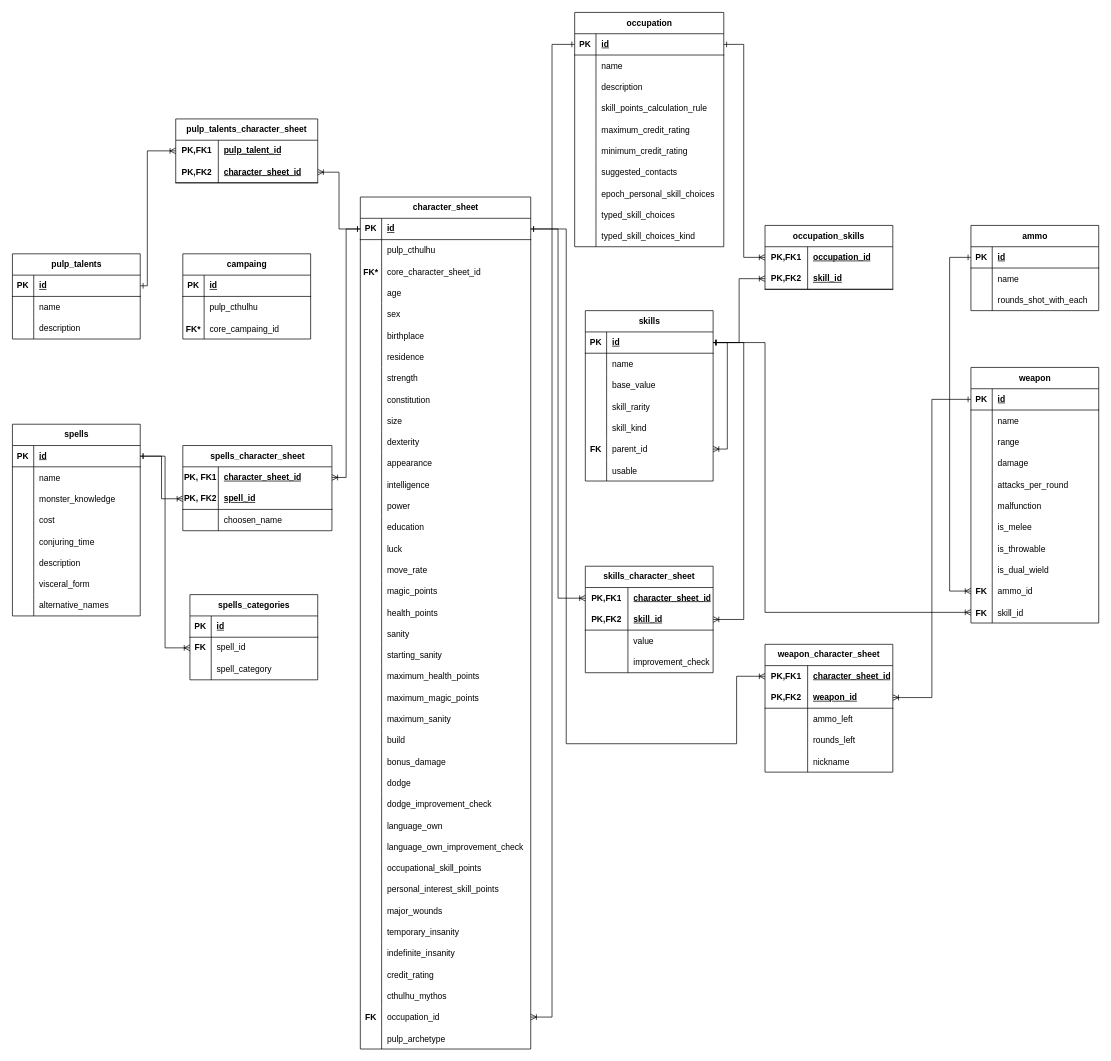
Earlier version of the draw.io diagram page "QuestMaster - Call of Cthulhu" (2 of 4) of databasemodel.drawio (hannaBanannaOF/hbsites-architecture). Source tidied: cells renumbered, new cells numbered last; positions are measured from the earlier drawing's top-left corner, leaving out a move shared by most shapes. Both pictures are drawn from the tidied source at 71%, with x=0, y=0 at pixel (12, 12).
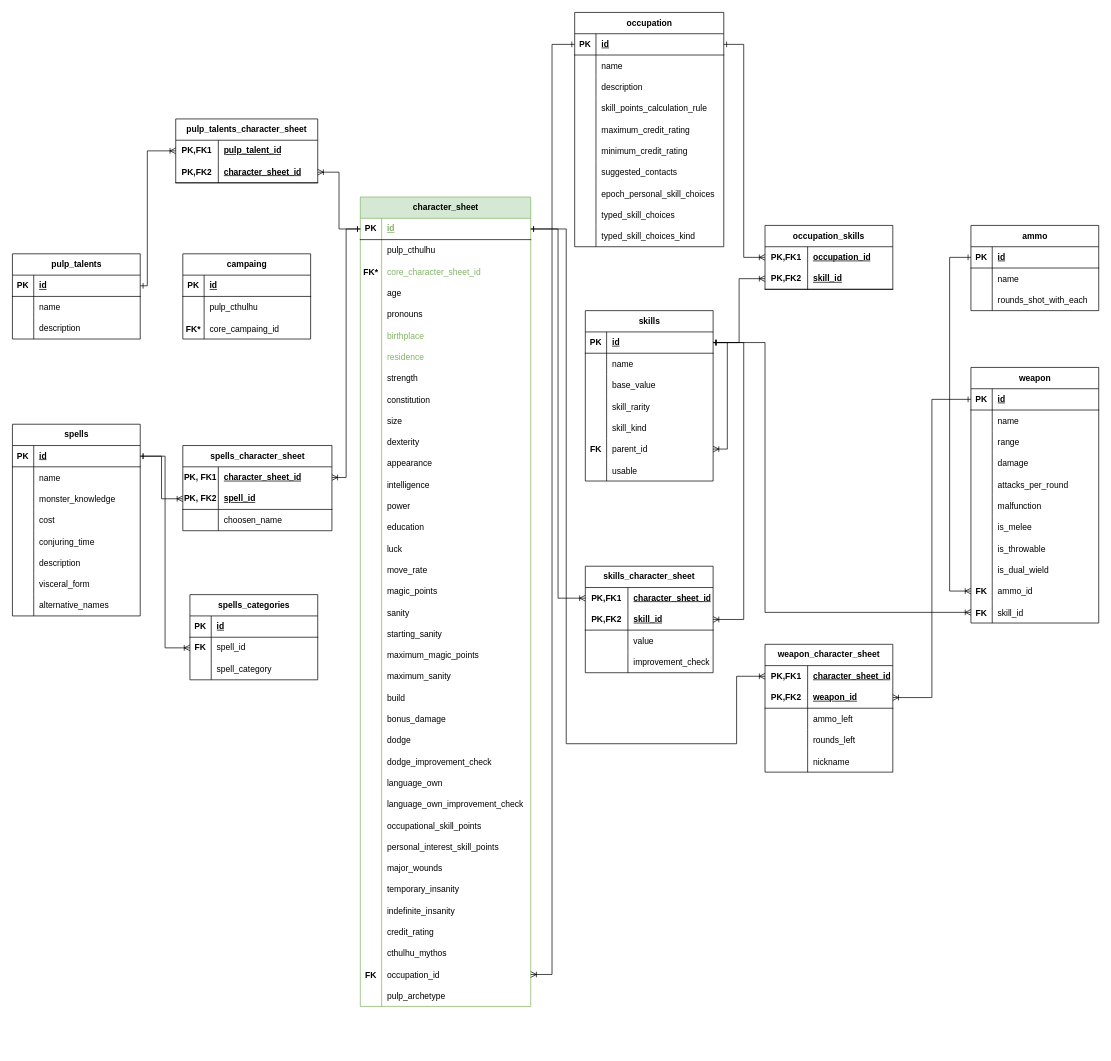
After the change.

The change refers to these unchanged cells:
```xml
<mxCell id="45" style="shape=tableRow;horizontal=0;startSize=0;swimlaneHead=0;swimlaneBody=0;fillColor=none;points=[[0,0.5],[1,0.5]];portConstraint=eastwest;top=0;left=0;right=0;bottom=1;" parent="44" vertex="1">
  <mxGeometry y="30" width="240" height="30" as="geometry" />
</mxCell>
<mxCell id="51" style="shape=tableRow;horizontal=0;startSize=0;swimlaneHead=0;swimlaneBody=0;fillColor=none;top=0;left=0;right=0;bottom=0;" parent="44" vertex="1">
  <mxGeometry y="90" width="240" height="30" as="geometry" />
</mxCell>
<mxCell id="57" style="shape=tableRow;horizontal=0;startSize=0;swimlaneHead=0;swimlaneBody=0;fillColor=none;top=0;left=0;right=0;bottom=0;" parent="44" vertex="1">
  <mxGeometry y="150" width="240" height="30" as="geometry" />
</mxCell>
<mxCell id="60" style="shape=tableRow;horizontal=0;startSize=0;swimlaneHead=0;swimlaneBody=0;fillColor=none;top=0;left=0;right=0;bottom=0;" parent="44" vertex="1">
  <mxGeometry y="180" width="240" height="30" as="geometry" />
</mxCell>
<mxCell id="63" style="shape=tableRow;horizontal=0;startSize=0;swimlaneHead=0;swimlaneBody=0;fillColor=none;top=0;left=0;right=0;bottom=0;" parent="44" vertex="1">
  <mxGeometry y="210" width="240" height="30" as="geometry" />
</mxCell>
<mxCell id="163" style="shape=tableRow;horizontal=0;startSize=0;swimlaneHead=0;swimlaneBody=0;fillColor=none;points=[[0,0.5],[1,0.5]];portConstraint=eastwest;top=0;left=0;right=0;bottom=1;" parent="162" vertex="1">
  <mxGeometry y="30" width="210" height="30" as="geometry" />
</mxCell>
```

Diff of the diagram source:
```diff
@@
-    <mxCell id="44" value="character_sheet" style="shape=table;startSize=30;childLayout=tableLayout;rowLines=0;fontStyle=1;align=center;html=1;" parent="1" vertex="1">
-      <mxGeometry x="490" y="260" width="240" height="1200" as="geometry" />
+    <mxCell id="44" value="character_sheet" style="shape=table;startSize=30;childLayout=tableLayout;rowLines=0;fontStyle=1;align=center;html=1;fillColor=#d5e8d4;strokeColor=#82b366;" parent="1" vertex="1">
+      <mxGeometry x="490" y="260" width="240" height="1140" as="geometry" />
     </mxCell>
@@
-    <mxCell id="47" value="id" style="shape=partialRectangle;fillColor=none;top=0;left=0;bottom=0;right=0;align=left;spacingLeft=6;fontStyle=5;overflow=hidden;whiteSpace=wrap;html=1;" parent="45" vertex="1">
+    <mxCell id="47" value="id" style="shape=partialRectangle;fillColor=none;top=0;left=0;bottom=0;right=0;align=left;spacingLeft=6;fontStyle=5;overflow=hidden;whiteSpace=wrap;html=1;fontColor=#82B366;" parent="45" vertex="1">
       <mxGeometry x="30" width="210" height="30" as="geometry" />
     </mxCell>
@@
-    <mxCell id="53" value="core_character_sheet_id" style="shape=partialRectangle;fillColor=none;top=0;left=0;bottom=0;right=0;align=left;spacingLeft=6;overflow=hidden;" parent="51" vertex="1">
+    <mxCell id="53" value="core_character_sheet_id" style="shape=partialRectangle;fillColor=none;top=0;left=0;bottom=0;right=0;align=left;spacingLeft=6;overflow=hidden;fontColor=#82B366;" parent="51" vertex="1">
       <mxGeometry x="30" width="210" height="30" as="geometry" />
     </mxCell>
@@
-    <mxCell id="59" value="sex" style="shape=partialRectangle;fillColor=none;top=0;left=0;bottom=0;right=0;align=left;spacingLeft=6;overflow=hidden;" parent="57" vertex="1">
+    <mxCell id="59" value="pronouns" style="shape=partialRectangle;fillColor=none;top=0;left=0;bottom=0;right=0;align=left;spacingLeft=6;overflow=hidden;" parent="57" vertex="1">
       <mxGeometry x="30" width="210" height="30" as="geometry" />
     </mxCell>
@@
-    <mxCell id="62" value="birthplace" style="shape=partialRectangle;fillColor=none;top=0;left=0;bottom=0;right=0;align=left;spacingLeft=6;overflow=hidden;" parent="60" vertex="1">
+    <mxCell id="62" value="birthplace" style="shape=partialRectangle;fillColor=none;top=0;left=0;bottom=0;right=0;align=left;spacingLeft=6;overflow=hidden;fontColor=#82B366;" parent="60" vertex="1">
       <mxGeometry x="30" width="210" height="30" as="geometry" />
     </mxCell>
@@
-    <mxCell id="65" value="residence" style="shape=partialRectangle;fillColor=none;top=0;left=0;bottom=0;right=0;align=left;spacingLeft=6;overflow=hidden;" parent="63" vertex="1">
+    <mxCell id="65" value="residence" style="shape=partialRectangle;fillColor=none;top=0;left=0;bottom=0;right=0;align=left;spacingLeft=6;overflow=hidden;fontColor=#82B366;" parent="63" vertex="1">
       <mxGeometry x="30" width="210" height="30" as="geometry" />
     </mxCell>
@@
-    <mxCell id="99" style="shape=tableRow;horizontal=0;startSize=0;swimlaneHead=0;swimlaneBody=0;fillColor=none;top=0;left=0;right=0;bottom=0;" parent="44" vertex="1">
-      <mxGeometry y="570" width="240" height="30" as="geometry" />
-    </mxCell>
-    <mxCell id="100" style="shape=partialRectangle;fillColor=none;top=0;left=0;bottom=0;right=0;overflow=hidden;" parent="99" vertex="1">
-      <mxGeometry width="30" height="30" as="geometry" />
-    </mxCell>
-    <mxCell id="101" value="health_points" style="shape=partialRectangle;fillColor=none;top=0;left=0;bottom=0;right=0;align=left;spacingLeft=6;overflow=hidden;" parent="99" vertex="1">
-      <mxGeometry x="30" width="210" height="30" as="geometry" />
-    </mxCell>
     <mxCell id="102" style="shape=tableRow;horizontal=0;startSize=0;swimlaneHead=0;swimlaneBody=0;fillColor=none;top=0;left=0;right=0;bottom=0;" parent="44" vertex="1">
-      <mxGeometry y="600" width="240" height="30" as="geometry" />
+      <mxGeometry y="570" width="240" height="30" as="geometry" />
     </mxCell>
@@
     <mxCell id="105" style="shape=tableRow;horizontal=0;startSize=0;swimlaneHead=0;swimlaneBody=0;fillColor=none;top=0;left=0;right=0;bottom=0;" parent="44" vertex="1">
-      <mxGeometry y="630" width="240" height="30" as="geometry" />
+      <mxGeometry y="600" width="240" height="30" as="geometry" />
     </mxCell>
@@
-    <mxCell id="108" style="shape=tableRow;horizontal=0;startSize=0;swimlaneHead=0;swimlaneBody=0;fillColor=none;top=0;left=0;right=0;bottom=0;" parent="44" vertex="1">
-      <mxGeometry y="660" width="240" height="30" as="geometry" />
-    </mxCell>
-    <mxCell id="109" style="shape=partialRectangle;fillColor=none;top=0;left=0;bottom=0;right=0;overflow=hidden;" parent="108" vertex="1">
-      <mxGeometry width="30" height="30" as="geometry" />
-    </mxCell>
-    <mxCell id="110" value="maximum_health_points" style="shape=partialRectangle;fillColor=none;top=0;left=0;bottom=0;right=0;align=left;spacingLeft=6;overflow=hidden;" parent="108" vertex="1">
-      <mxGeometry x="30" width="210" height="30" as="geometry" />
-    </mxCell>
     <mxCell id="111" style="shape=tableRow;horizontal=0;startSize=0;swimlaneHead=0;swimlaneBody=0;fillColor=none;top=0;left=0;right=0;bottom=0;" parent="44" vertex="1">
-      <mxGeometry y="690" width="240" height="30" as="geometry" />
+      <mxGeometry y="630" width="240" height="30" as="geometry" />
     </mxCell>
@@
     <mxCell id="114" style="shape=tableRow;horizontal=0;startSize=0;swimlaneHead=0;swimlaneBody=0;fillColor=none;top=0;left=0;right=0;bottom=0;" parent="44" vertex="1">
-      <mxGeometry y="720" width="240" height="30" as="geometry" />
+      <mxGeometry y="660" width="240" height="30" as="geometry" />
     </mxCell>
@@
     <mxCell id="117" style="shape=tableRow;horizontal=0;startSize=0;swimlaneHead=0;swimlaneBody=0;fillColor=none;top=0;left=0;right=0;bottom=0;" parent="44" vertex="1">
-      <mxGeometry y="750" width="240" height="30" as="geometry" />
+      <mxGeometry y="690" width="240" height="30" as="geometry" />
     </mxCell>
@@
     <mxCell id="120" style="shape=tableRow;horizontal=0;startSize=0;swimlaneHead=0;swimlaneBody=0;fillColor=none;top=0;left=0;right=0;bottom=0;" parent="44" vertex="1">
-      <mxGeometry y="780" width="240" height="30" as="geometry" />
+      <mxGeometry y="720" width="240" height="30" as="geometry" />
     </mxCell>
@@
     <mxCell id="123" style="shape=tableRow;horizontal=0;startSize=0;swimlaneHead=0;swimlaneBody=0;fillColor=none;top=0;left=0;right=0;bottom=0;" parent="44" vertex="1">
-      <mxGeometry y="810" width="240" height="30" as="geometry" />
+      <mxGeometry y="750" width="240" height="30" as="geometry" />
     </mxCell>
@@
     <mxCell id="126" style="shape=tableRow;horizontal=0;startSize=0;swimlaneHead=0;swimlaneBody=0;fillColor=none;top=0;left=0;right=0;bottom=0;" parent="44" vertex="1">
-      <mxGeometry y="840" width="240" height="30" as="geometry" />
+      <mxGeometry y="780" width="240" height="30" as="geometry" />
     </mxCell>
@@
     <mxCell id="129" style="shape=tableRow;horizontal=0;startSize=0;swimlaneHead=0;swimlaneBody=0;fillColor=none;top=0;left=0;right=0;bottom=0;" parent="44" vertex="1">
-      <mxGeometry y="870" width="240" height="30" as="geometry" />
+      <mxGeometry y="810" width="240" height="30" as="geometry" />
     </mxCell>
@@
     <mxCell id="132" style="shape=tableRow;horizontal=0;startSize=0;swimlaneHead=0;swimlaneBody=0;fillColor=none;top=0;left=0;right=0;bottom=0;" parent="44" vertex="1">
-      <mxGeometry y="900" width="240" height="30" as="geometry" />
+      <mxGeometry y="840" width="240" height="30" as="geometry" />
     </mxCell>
@@
     <mxCell id="135" style="shape=tableRow;horizontal=0;startSize=0;swimlaneHead=0;swimlaneBody=0;fillColor=none;top=0;left=0;right=0;bottom=0;" parent="44" vertex="1">
-      <mxGeometry y="930" width="240" height="30" as="geometry" />
+      <mxGeometry y="870" width="240" height="30" as="geometry" />
     </mxCell>
@@
     <mxCell id="138" style="shape=tableRow;horizontal=0;startSize=0;swimlaneHead=0;swimlaneBody=0;fillColor=none;top=0;left=0;right=0;bottom=0;" parent="44" vertex="1">
-      <mxGeometry y="960" width="240" height="30" as="geometry" />
+      <mxGeometry y="900" width="240" height="30" as="geometry" />
     </mxCell>
@@
     <mxCell id="141" style="shape=tableRow;horizontal=0;startSize=0;swimlaneHead=0;swimlaneBody=0;fillColor=none;top=0;left=0;right=0;bottom=0;" parent="44" vertex="1">
-      <mxGeometry y="990" width="240" height="30" as="geometry" />
+      <mxGeometry y="930" width="240" height="30" as="geometry" />
     </mxCell>
@@
     <mxCell id="144" style="shape=tableRow;horizontal=0;startSize=0;swimlaneHead=0;swimlaneBody=0;fillColor=none;top=0;left=0;right=0;bottom=0;" parent="44" vertex="1">
-      <mxGeometry y="1020" width="240" height="30" as="geometry" />
+      <mxGeometry y="960" width="240" height="30" as="geometry" />
     </mxCell>
@@
     <mxCell id="147" style="shape=tableRow;horizontal=0;startSize=0;swimlaneHead=0;swimlaneBody=0;fillColor=none;top=0;left=0;right=0;bottom=0;" parent="44" vertex="1">
-      <mxGeometry y="1050" width="240" height="30" as="geometry" />
+      <mxGeometry y="990" width="240" height="30" as="geometry" />
     </mxCell>
@@
     <mxCell id="150" style="shape=tableRow;horizontal=0;startSize=0;swimlaneHead=0;swimlaneBody=0;fillColor=none;top=0;left=0;right=0;bottom=0;" parent="44" vertex="1">
-      <mxGeometry y="1080" width="240" height="30" as="geometry" />
+      <mxGeometry y="1020" width="240" height="30" as="geometry" />
     </mxCell>
@@
     <mxCell id="153" style="shape=tableRow;horizontal=0;startSize=0;swimlaneHead=0;swimlaneBody=0;fillColor=none;top=0;left=0;right=0;bottom=0;" parent="44" vertex="1">
-      <mxGeometry y="1110" width="240" height="30" as="geometry" />
+      <mxGeometry y="1050" width="240" height="30" as="geometry" />
     </mxCell>
@@
     <mxCell id="156" style="shape=tableRow;horizontal=0;startSize=0;swimlaneHead=0;swimlaneBody=0;fillColor=none;points=[[0,0.5],[1,0.5]];portConstraint=eastwest;top=0;left=0;right=0;bottom=0;" parent="44" vertex="1">
-      <mxGeometry y="1140" width="240" height="30" as="geometry" />
+      <mxGeometry y="1080" width="240" height="30" as="geometry" />
     </mxCell>
@@
     <mxCell id="159" style="shape=tableRow;horizontal=0;startSize=0;swimlaneHead=0;swimlaneBody=0;fillColor=none;top=0;left=0;right=0;bottom=0;" parent="44" vertex="1">
-      <mxGeometry y="1170" width="240" height="30" as="geometry" />
+      <mxGeometry y="1110" width="240" height="30" as="geometry" />
     </mxCell>
@@
     <mxCell id="194" style="edgeStyle=orthogonalEdgeStyle;rounded=0;jettySize=auto;html=1;startArrow=ERoneToMany;startFill=0;endArrow=ERone;endFill=0;exitX=1;exitY=0.5;exitDx=0;exitDy=0;" parent="1" edge="1" source="156" target="163">
       <mxGeometry relative="1" as="geometry">
         <Array as="points">
-          <mxPoint x="760" y="1415" />
+          <mxPoint x="760" y="1355" />
           <mxPoint x="760" y="45" />
         </Array>
       </mxGeometry>
     </mxCell>
```
